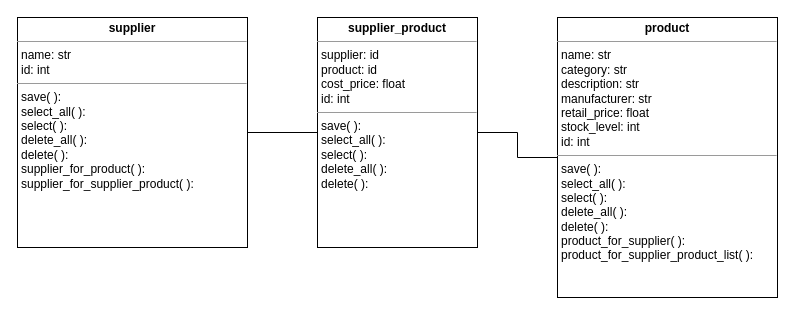
Earlier version of the draw.io diagram planning/cam_shop_class_diags.drawio (benbeardyman/Camera_Shop_Inventory_App). Source tidied: cells renumbered, new cells numbered last; positions are measured from the earlier drawing's top-left corner, leaving out a move shared by most shapes. Both pictures are drawn from the tidied source at 100%, with x=0, y=0 at pixel (17, 17).
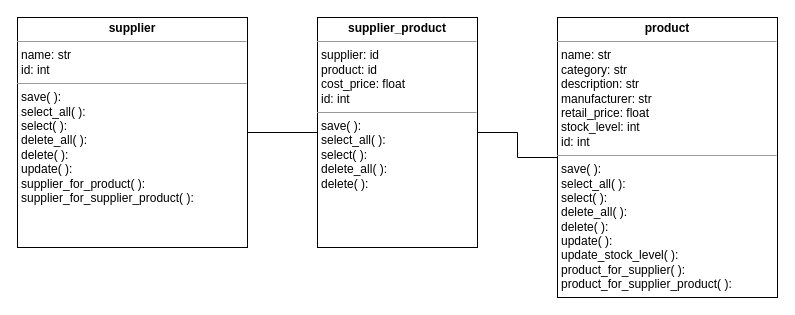
Above is the later version.

Diff of the diagram source:
```diff
@@
 <mxGraphModel>
   <root>
     <mxCell id="0" />
     <mxCell id="1" parent="0" />
-    <mxCell id="2" value="&lt;p style=&quot;margin:0px;margin-top:4px;text-align:center;&quot;&gt;&lt;b&gt;product&lt;/b&gt;&lt;/p&gt;&lt;hr size=&quot;1&quot;&gt;&lt;p style=&quot;margin:0px;margin-left:4px;&quot;&gt;name: str&lt;br&gt;category: str&lt;br&gt;description: str&lt;br&gt;manufacturer: str&lt;br&gt;&lt;/p&gt;&lt;p style=&quot;margin:0px;margin-left:4px;&quot;&gt;retail_price: float&lt;br&gt;stock_level: int&lt;/p&gt;&lt;p style=&quot;margin:0px;margin-left:4px;&quot;&gt;id: int&lt;/p&gt;&lt;hr size=&quot;1&quot;&gt;&lt;p style=&quot;margin:0px;margin-left:4px;&quot;&gt;save( ):&lt;/p&gt;&lt;p style=&quot;margin:0px;margin-left:4px;&quot;&gt;select_all( ):&lt;/p&gt;&lt;p style=&quot;margin:0px;margin-left:4px;&quot;&gt;select( ):&lt;/p&gt;&lt;p style=&quot;margin:0px;margin-left:4px;&quot;&gt;delete_all( ):&lt;/p&gt;&lt;p style=&quot;margin:0px;margin-left:4px;&quot;&gt;delete( ):&lt;/p&gt;&lt;p style=&quot;margin:0px;margin-left:4px;&quot;&gt;product_for_supplier( ):&lt;/p&gt;&lt;p style=&quot;margin:0px;margin-left:4px;&quot;&gt;product_for_supplier_product_list( ):&lt;/p&gt;" style="verticalAlign=top;align=left;overflow=fill;fontSize=12;fontFamily=Helvetica;html=1;" parent="1" vertex="1">
+    <mxCell id="2" value="&lt;p style=&quot;margin:0px;margin-top:4px;text-align:center;&quot;&gt;&lt;b&gt;product&lt;/b&gt;&lt;/p&gt;&lt;hr size=&quot;1&quot;&gt;&lt;p style=&quot;margin:0px;margin-left:4px;&quot;&gt;name: str&lt;br&gt;category: str&lt;br&gt;description: str&lt;br&gt;manufacturer: str&lt;br&gt;&lt;/p&gt;&lt;p style=&quot;margin:0px;margin-left:4px;&quot;&gt;retail_price: float&lt;br&gt;stock_level: int&lt;/p&gt;&lt;p style=&quot;margin:0px;margin-left:4px;&quot;&gt;id: int&lt;/p&gt;&lt;hr size=&quot;1&quot;&gt;&lt;p style=&quot;margin:0px;margin-left:4px;&quot;&gt;save( ):&lt;/p&gt;&lt;p style=&quot;margin:0px;margin-left:4px;&quot;&gt;select_all( ):&lt;/p&gt;&lt;p style=&quot;margin:0px;margin-left:4px;&quot;&gt;select( ):&lt;/p&gt;&lt;p style=&quot;margin:0px;margin-left:4px;&quot;&gt;delete_all( ):&lt;/p&gt;&lt;p style=&quot;margin:0px;margin-left:4px;&quot;&gt;delete( ):&lt;/p&gt;&lt;p style=&quot;margin:0px;margin-left:4px;&quot;&gt;update( ):&lt;/p&gt;&lt;p style=&quot;margin:0px;margin-left:4px;&quot;&gt;update_stock_level( ):&lt;/p&gt;&lt;p style=&quot;margin:0px;margin-left:4px;&quot;&gt;product_for_supplier( ):&lt;/p&gt;&lt;p style=&quot;margin:0px;margin-left:4px;&quot;&gt;product_for_supplier_product( ):&lt;/p&gt;" style="verticalAlign=top;align=left;overflow=fill;fontSize=12;fontFamily=Helvetica;html=1;" parent="1" vertex="1">
       <mxGeometry x="540" width="220" height="280" as="geometry" />
     </mxCell>
-    <mxCell id="3" value="&lt;p style=&quot;margin:0px;margin-top:4px;text-align:center;&quot;&gt;&lt;b&gt;supplier&lt;/b&gt;&lt;/p&gt;&lt;hr size=&quot;1&quot;&gt;&lt;p style=&quot;margin:0px;margin-left:4px;&quot;&gt;name: str&lt;br&gt;id: int&lt;/p&gt;&lt;hr size=&quot;1&quot;&gt;&lt;p style=&quot;margin: 0px 0px 0px 4px;&quot;&gt;save( ):&lt;/p&gt;&lt;p style=&quot;margin: 0px 0px 0px 4px;&quot;&gt;select_all( ):&lt;/p&gt;&lt;p style=&quot;margin: 0px 0px 0px 4px;&quot;&gt;select( ):&lt;/p&gt;&lt;p style=&quot;margin: 0px 0px 0px 4px;&quot;&gt;delete_all( ):&lt;/p&gt;&lt;p style=&quot;margin: 0px 0px 0px 4px;&quot;&gt;delete( ):&lt;/p&gt;&lt;p style=&quot;margin: 0px 0px 0px 4px;&quot;&gt;supplier_for_product( ):&lt;/p&gt;&lt;p style=&quot;margin: 0px 0px 0px 4px;&quot;&gt;supplier_for_supplier_product( ):&lt;/p&gt;" style="verticalAlign=top;align=left;overflow=fill;fontSize=12;fontFamily=Helvetica;html=1;" parent="1" vertex="1">
+    <mxCell id="3" value="&lt;p style=&quot;margin:0px;margin-top:4px;text-align:center;&quot;&gt;&lt;b&gt;supplier&lt;/b&gt;&lt;/p&gt;&lt;hr size=&quot;1&quot;&gt;&lt;p style=&quot;margin:0px;margin-left:4px;&quot;&gt;name: str&lt;br&gt;id: int&lt;/p&gt;&lt;hr size=&quot;1&quot;&gt;&lt;p style=&quot;margin: 0px 0px 0px 4px;&quot;&gt;save( ):&lt;/p&gt;&lt;p style=&quot;margin: 0px 0px 0px 4px;&quot;&gt;select_all( ):&lt;/p&gt;&lt;p style=&quot;margin: 0px 0px 0px 4px;&quot;&gt;select( ):&lt;/p&gt;&lt;p style=&quot;margin: 0px 0px 0px 4px;&quot;&gt;delete_all( ):&lt;/p&gt;&lt;p style=&quot;margin: 0px 0px 0px 4px;&quot;&gt;delete( ):&lt;/p&gt;&lt;p style=&quot;margin: 0px 0px 0px 4px;&quot;&gt;update( ):&lt;/p&gt;&lt;p style=&quot;margin: 0px 0px 0px 4px;&quot;&gt;supplier_for_product( ):&lt;/p&gt;&lt;p style=&quot;margin: 0px 0px 0px 4px;&quot;&gt;supplier_for_supplier_product( ):&lt;/p&gt;" style="verticalAlign=top;align=left;overflow=fill;fontSize=12;fontFamily=Helvetica;html=1;" parent="1" vertex="1">
       <mxGeometry width="230" height="230" as="geometry" />
     </mxCell>
     <mxCell id="4" style="edgeStyle=orthogonalEdgeStyle;rounded=0;jettySize=auto;html=1;endArrow=none;endFill=0;" parent="1" edge="1" source="6" target="2">
       <mxGeometry relative="1" as="geometry" />
     </mxCell>
     <mxCell id="5" style="edgeStyle=orthogonalEdgeStyle;rounded=0;jettySize=auto;html=1;endArrow=none;endFill=0;" parent="1" edge="1" source="6" target="3">
       <mxGeometry relative="1" as="geometry" />
     </mxCell>
     <mxCell id="6" value="&lt;p style=&quot;margin:0px;margin-top:4px;text-align:center;&quot;&gt;&lt;b&gt;supplier_product&lt;/b&gt;&lt;/p&gt;&lt;hr size=&quot;1&quot;&gt;&lt;p style=&quot;margin:0px;margin-left:4px;&quot;&gt;&lt;span style=&quot;background-color: initial;&quot;&gt;supplier: id&lt;/span&gt;&lt;/p&gt;&lt;p style=&quot;margin:0px;margin-left:4px;&quot;&gt;product: id&lt;/p&gt;&lt;p style=&quot;margin:0px;margin-left:4px;&quot;&gt;cost_price: float&lt;br&gt;id: int&lt;/p&gt;&lt;hr size=&quot;1&quot;&gt;&lt;p style=&quot;margin: 0px 0px 0px 4px;&quot;&gt;save( ):&lt;/p&gt;&lt;p style=&quot;margin: 0px 0px 0px 4px;&quot;&gt;select_all( ):&lt;/p&gt;&lt;p style=&quot;margin: 0px 0px 0px 4px;&quot;&gt;select( ):&lt;/p&gt;&lt;p style=&quot;margin: 0px 0px 0px 4px;&quot;&gt;delete_all( ):&lt;/p&gt;&lt;p style=&quot;margin: 0px 0px 0px 4px;&quot;&gt;delete( ):&lt;/p&gt;" style="verticalAlign=top;align=left;overflow=fill;fontSize=12;fontFamily=Helvetica;html=1;" parent="1" vertex="1">
       <mxGeometry x="300" width="160" height="230" as="geometry" />
     </mxCell>
   </root>
 </mxGraphModel>
```
